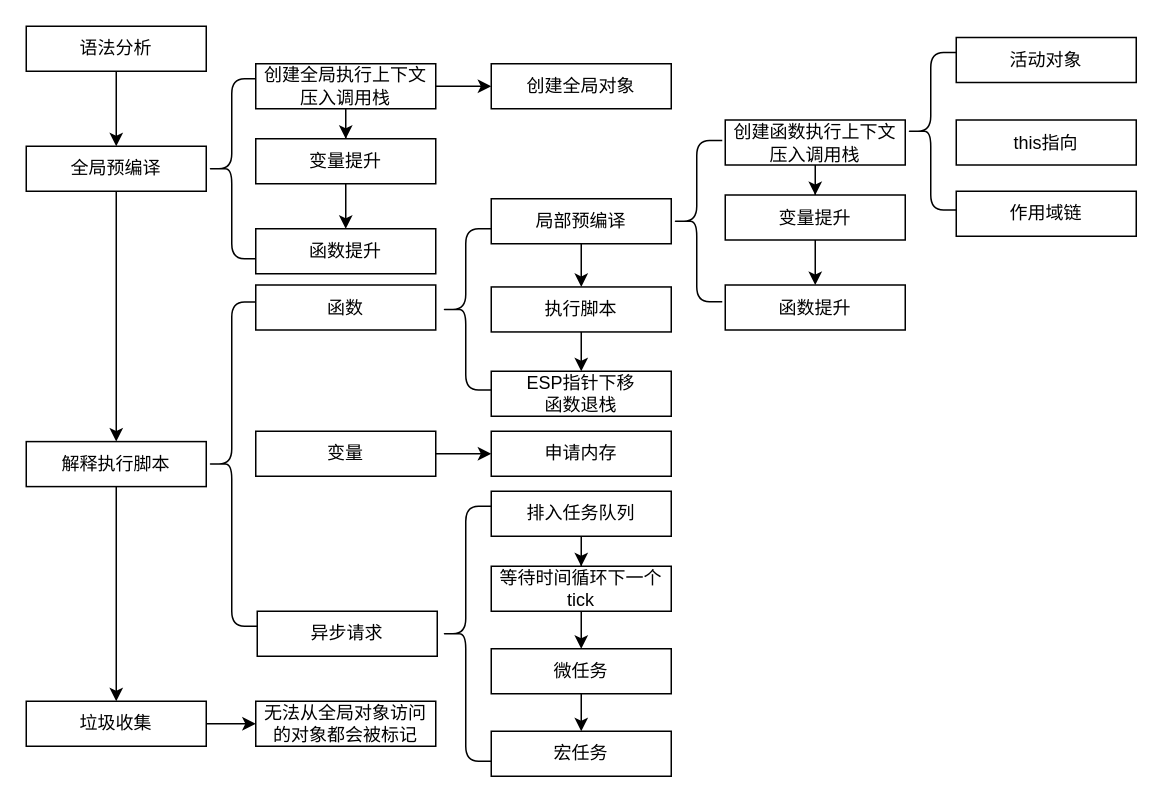
The draw.io diagram Untitled Diagram.drawio in wshhxyz/my-music, before the edit. Source tidied: cells renumbered, new cells numbered last; positions are measured from the earlier drawing's top-left corner, leaving out a move shared by most shapes. Both pictures are drawn from the tidied source at 150%, with x=0, y=0 at pixel (26, 26).
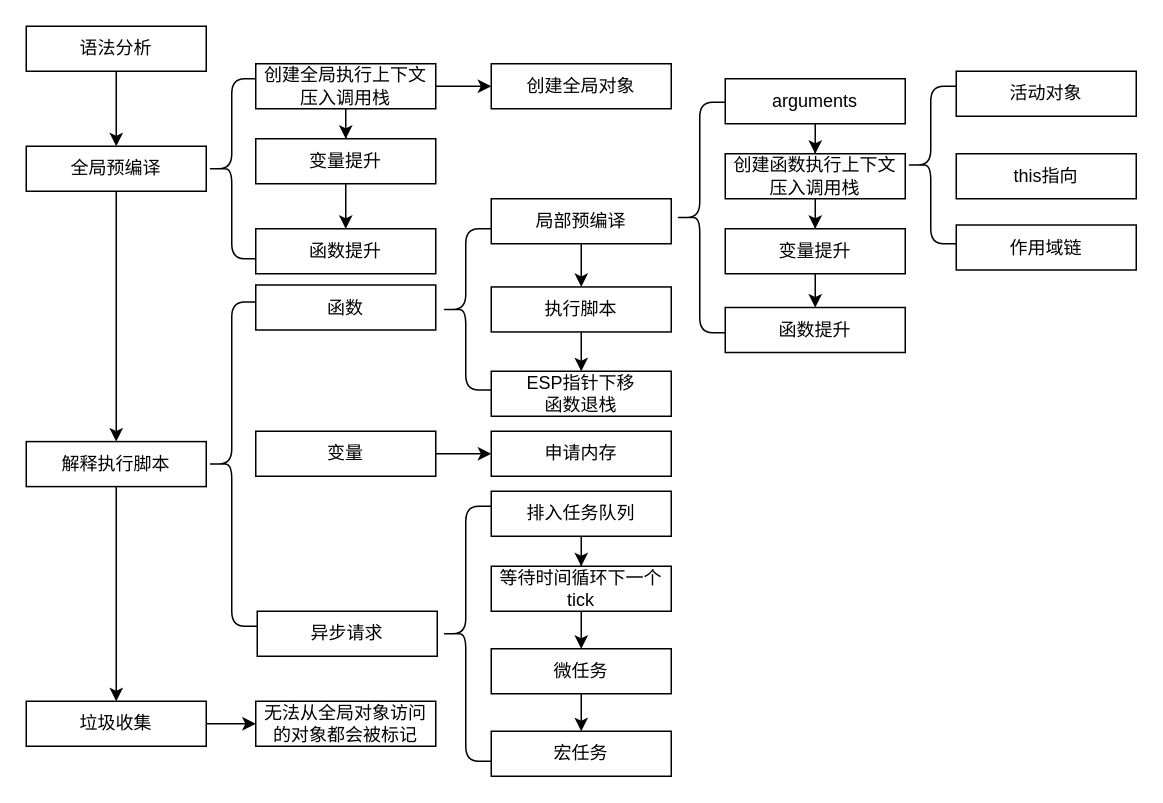
After the change.

The edit, as a diff of the source:
```diff
@@
     <mxCell id="16" value="创建函数执行上下文&lt;br&gt;压入调用栈" style="rounded=0;whiteSpace=wrap;html=1;" parent="1" vertex="1">
-      <mxGeometry x="466" y="62.5" width="120" height="30" as="geometry" />
+      <mxGeometry x="466" y="85" width="120" height="30" as="geometry" />
     </mxCell>
@@
     <mxCell id="18" value="变量提升" style="rounded=0;whiteSpace=wrap;html=1;" parent="1" vertex="1">
-      <mxGeometry x="466" y="112.5" width="120" height="30" as="geometry" />
+      <mxGeometry x="466" y="135" width="120" height="30" as="geometry" />
     </mxCell>
     <mxCell id="19" value="函数提升" style="rounded=0;whiteSpace=wrap;html=1;" parent="1" vertex="1">
-      <mxGeometry x="466" y="172.5" width="120" height="30" as="geometry" />
+      <mxGeometry x="466" y="187.5" width="120" height="30" as="geometry" />
     </mxCell>
@@
     <mxCell id="22" value="活动对象" style="rounded=0;whiteSpace=wrap;html=1;" parent="1" vertex="1">
-      <mxGeometry x="620" y="7.5" width="120" height="30" as="geometry" />
+      <mxGeometry x="620" y="30" width="120" height="30" as="geometry" />
     </mxCell>
     <mxCell id="23" value="this指向" style="rounded=0;whiteSpace=wrap;html=1;" parent="1" vertex="1">
-      <mxGeometry x="620" y="62.5" width="120" height="30" as="geometry" />
+      <mxGeometry x="620" y="85" width="120" height="30" as="geometry" />
     </mxCell>
     <mxCell id="24" style="shape=curlyBracket;whiteSpace=wrap;html=1;rounded=1;" parent="1" vertex="1">
-      <mxGeometry x="586" y="17.5" width="34" height="105" as="geometry" />
+      <mxGeometry x="586" y="40" width="34" height="105" as="geometry" />
     </mxCell>
@@
     <mxCell id="27" style="shape=curlyBracket;whiteSpace=wrap;html=1;rounded=1;" parent="1" vertex="1">
-      <mxGeometry x="430" y="76.2" width="34" height="107.5" as="geometry" />
+      <mxGeometry x="432" y="50.6" width="34" height="153.8" as="geometry" />
     </mxCell>
@@
     <mxCell id="33" value="作用域链" style="rounded=0;whiteSpace=wrap;html=1;" parent="1" vertex="1">
-      <mxGeometry x="620" y="110" width="120" height="30" as="geometry" />
+      <mxGeometry x="620" y="132.5" width="120" height="30" as="geometry" />
     </mxCell>
@@
+    <mxCell id="49" style="edgeStyle=orthogonalEdgeStyle;rounded=0;jettySize=auto;html=1;" parent="1" edge="1" source="50" target="16">
+      <mxGeometry relative="1" as="geometry" />
+    </mxCell>
+    <mxCell id="50" value="arguments" style="rounded=0;whiteSpace=wrap;html=1;" parent="1" vertex="1">
+      <mxGeometry x="466" y="35" width="120" height="30" as="geometry" />
+    </mxCell>
```
